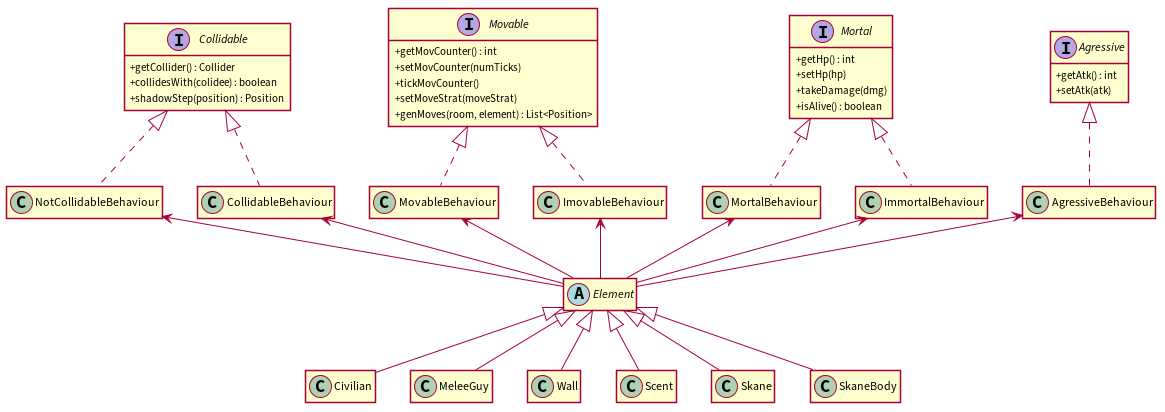
Before: docs/uml/element.png, a diagram exported from PlantUML (JoaoCostaIFG/LPOO).
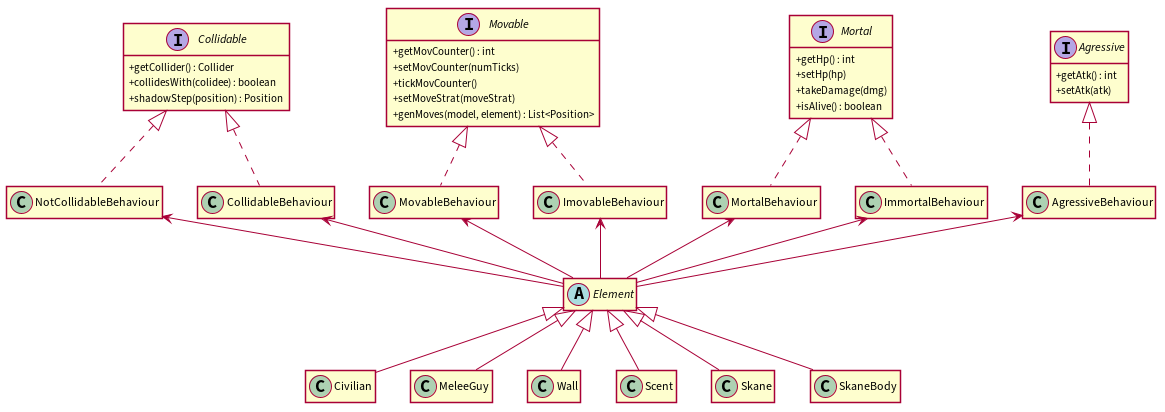
After the change.

Change to the diagram source:
```diff
@@ -25,7 +25,7 @@
   + setMovCounter(numTicks)
   + tickMovCounter()
   + setMoveStrat(moveStrat)
-  + genMoves(room, element) : List<Position>
+  + genMoves(model, element) : List<Position>
 }
 
 class AgressiveBehaviour {}
```
